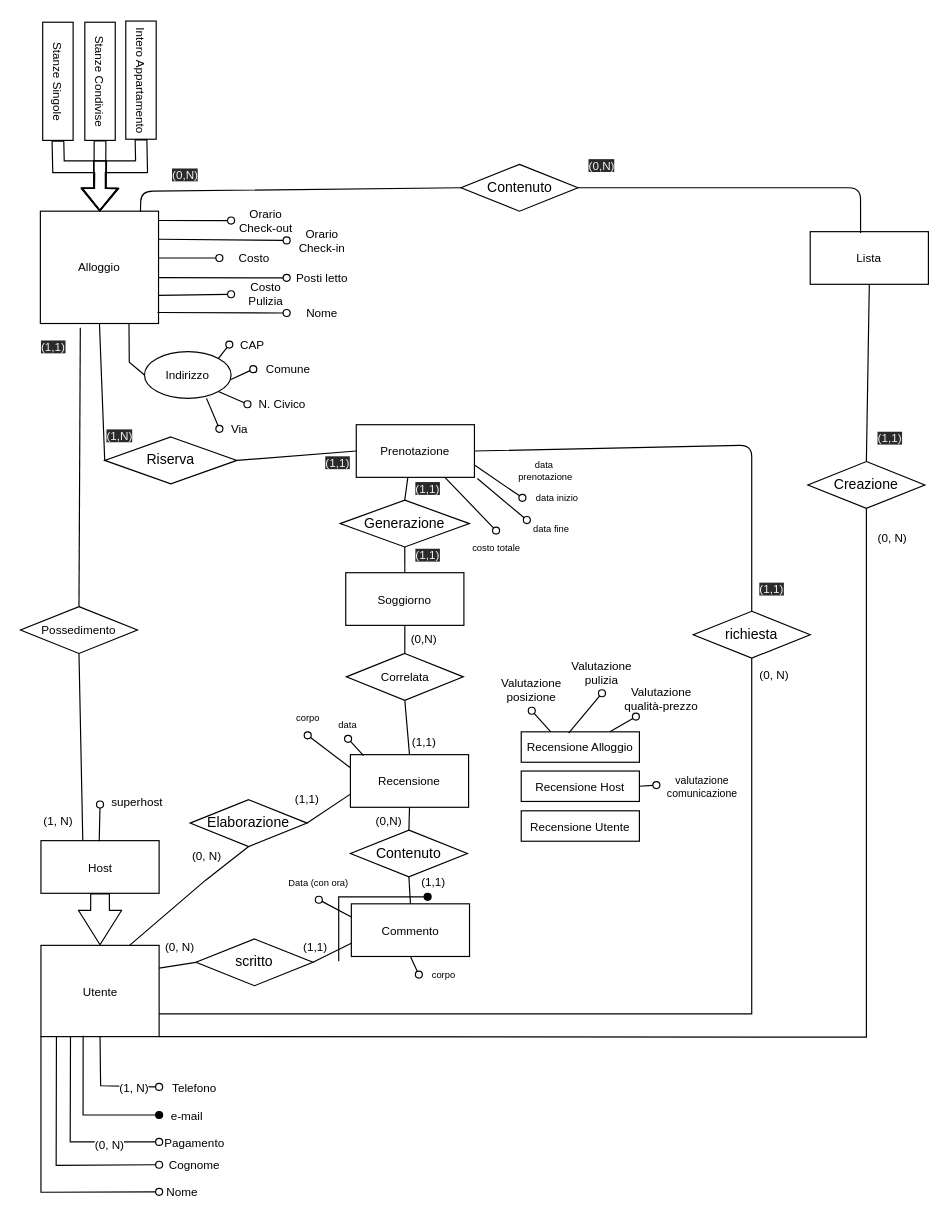
The draw.io diagram page "Page-3" (3 of 3) of ER.drawio in eduardz1/Home-Booking, before the edit. Source tidied: cells renumbered, new cells numbered last; positions are measured from the earlier drawing's top-left corner, leaving out a move shared by most shapes. Both pictures are drawn from the tidied source at 117%, with x=0, y=0 at pixel (-2, 58).
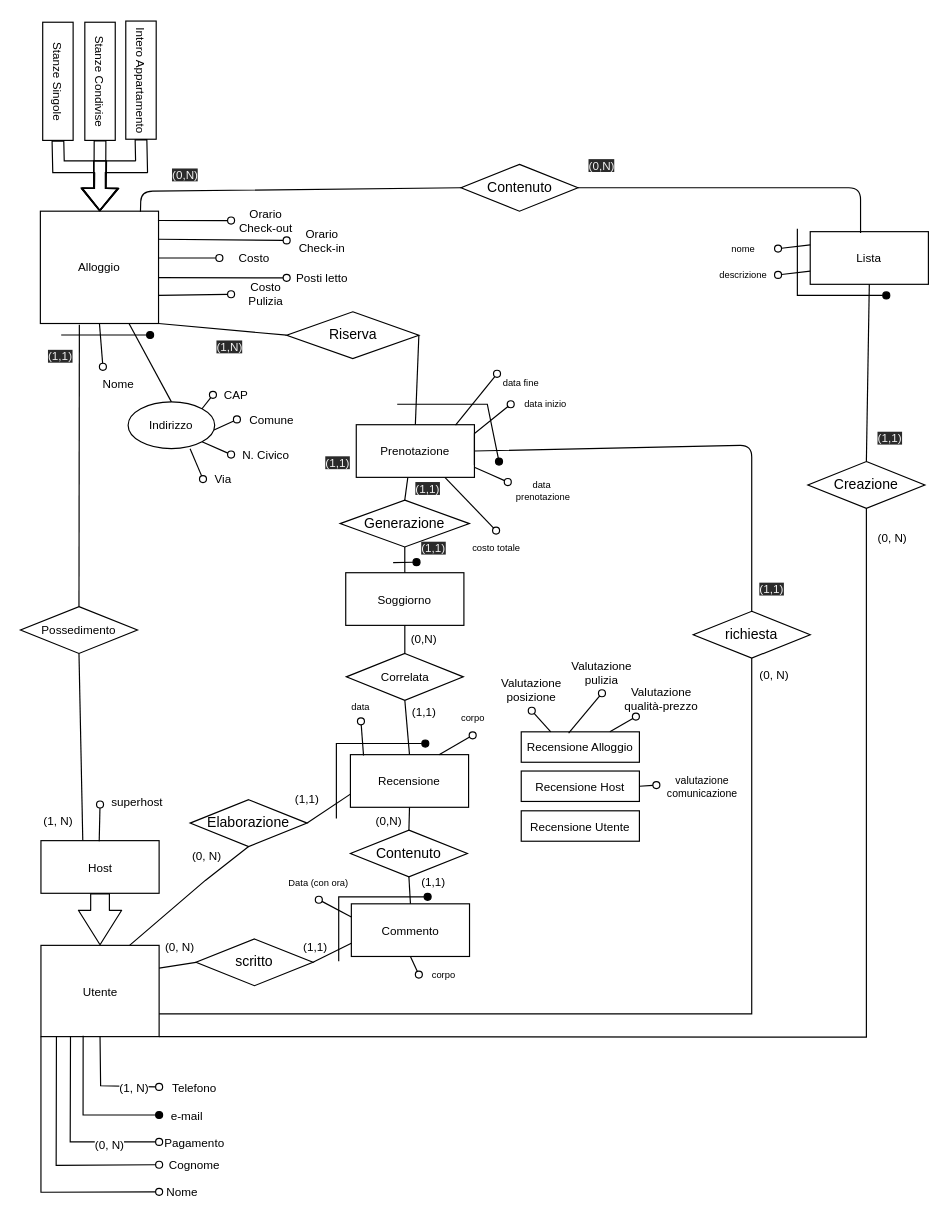
After the change.

Commit message:
Fix per la 10 volta

Unchanged cells that the change refers to:
```xml
<mxCell id="4" value="&lt;font style=&quot;font-size: 10px;&quot;&gt;Alloggio&lt;/font&gt;" style="rounded=0;whiteSpace=wrap;html=1;fontSize=10;" parent="1" vertex="1">
  <mxGeometry x="36" y="130" width="101" height="96" as="geometry" />
</mxCell>
<mxCell id="56" value="&lt;font style=&quot;font-size: 10px;&quot;&gt;Prenotazione&lt;/font&gt;" style="rounded=0;whiteSpace=wrap;html=1;fontSize=10;" parent="1" vertex="1">
  <mxGeometry x="306" y="312.5" width="101" height="45" as="geometry" />
</mxCell>
<mxCell id="67" value="&lt;font style=&quot;font-size: 10px&quot;&gt;Recensione&lt;/font&gt;" style="rounded=0;whiteSpace=wrap;html=1;fontSize=10;" parent="1" vertex="1">
  <mxGeometry x="301" y="594.5" width="101" height="45" as="geometry" />
</mxCell>
<mxCell id="93" value="Lista" style="rounded=0;whiteSpace=wrap;html=1;fontSize=10;" parent="1" vertex="1">
  <mxGeometry x="694" y="147.5" width="101" height="45" as="geometry" />
</mxCell>
<mxCell id="97" value="&lt;font style=&quot;font-size: 10px&quot;&gt;Possedimento&lt;/font&gt;" style="rhombus;whiteSpace=wrap;html=1;" parent="1" vertex="1">
  <mxGeometry x="19" y="468" width="100" height="40" as="geometry" />
</mxCell>
```

Change to the diagram source:
```diff
@@
-    <mxCell id="2" style="edgeStyle=none;html=1;exitX=0.75;exitY=1;exitDx=0;exitDy=0;entryX=0;entryY=0.5;entryDx=0;entryDy=0;fontSize=10;startArrow=none;startFill=0;endArrow=none;endFill=0;fillColor=none;rounded=0;" parent="1" edge="1" source="4" target="6">
-      <mxGeometry relative="1" as="geometry">
-        <Array as="points">
-          <mxPoint x="112" y="259" />
-        </Array>
-      </mxGeometry>
-    </mxCell>
-    <mxCell id="3" style="edgeStyle=none;rounded=0;html=1;endArrow=none;endFill=0;exitX=0.5;exitY=1;exitDx=0;exitDy=0;entryX=0;entryY=0.5;entryDx=0;entryDy=0;" parent="1" edge="1" source="4" target="107">
+    <mxCell id="3" style="edgeStyle=none;rounded=0;html=1;endArrow=none;endFill=0;exitX=1;exitY=1;exitDx=0;exitDy=0;entryX=0;entryY=0.5;entryDx=0;entryDy=0;" parent="1" edge="1" source="4" target="107">
       <mxGeometry relative="1" as="geometry" />
     </mxCell>
@@
     <mxCell id="6" value="Indirizzo" style="ellipse;whiteSpace=wrap;html=1;align=center;labelBackgroundColor=none;labelBorderColor=none;fontSize=10;rounded=0;" parent="1" vertex="1">
-      <mxGeometry x="125" y="250" width="74" height="40" as="geometry" />
+      <mxGeometry x="111" y="293" width="74" height="40" as="geometry" />
     </mxCell>
     <mxCell id="7" value="Via" style="text;html=1;strokeColor=none;fillColor=none;align=center;verticalAlign=middle;whiteSpace=wrap;rounded=0;labelBackgroundColor=none;labelBorderColor=none;fontSize=10;" parent="1" vertex="1">
-      <mxGeometry x="189" y="301" width="35" height="30" as="geometry" />
+      <mxGeometry x="175" y="344" width="35" height="30" as="geometry" />
     </mxCell>
@@
     <mxCell id="9" value="CAP" style="text;html=1;strokeColor=none;fillColor=none;align=center;verticalAlign=middle;whiteSpace=wrap;rounded=0;labelBackgroundColor=none;labelBorderColor=none;fontSize=10;" parent="1" vertex="1">
-      <mxGeometry x="197.5" y="232" width="39" height="24" as="geometry" />
+      <mxGeometry x="183.5" y="275" width="39" height="24" as="geometry" />
     </mxCell>
@@
     <mxCell id="11" value="Comune" style="text;html=1;strokeColor=none;fillColor=none;align=center;verticalAlign=middle;whiteSpace=wrap;rounded=0;labelBackgroundColor=none;labelBorderColor=none;fontSize=10;" parent="1" vertex="1">
-      <mxGeometry x="218" y="250" width="60" height="30" as="geometry" />
+      <mxGeometry x="204" y="293" width="60" height="30" as="geometry" />
     </mxCell>
@@
     <mxCell id="13" value="N. Civico" style="text;html=1;strokeColor=none;fillColor=none;align=center;verticalAlign=middle;whiteSpace=wrap;rounded=0;labelBackgroundColor=none;labelBorderColor=none;fontSize=10;" parent="1" vertex="1">
-      <mxGeometry x="213" y="280" width="60" height="30" as="geometry" />
+      <mxGeometry x="199" y="323" width="60" height="30" as="geometry" />
     </mxCell>
@@
-    <mxCell id="27" style="endArrow=none;html=1;rounded=0;align=center;verticalAlign=top;endFill=0;labelBackgroundColor=none;endSize=6;startArrow=oval;startFill=0;fontSize=10;exitX=0;exitY=0.5;exitDx=0;exitDy=0;entryX=0.992;entryY=0.902;entryDx=0;entryDy=0;entryPerimeter=0;" parent="1" edge="1" source="30" target="4">
+    <mxCell id="27" style="endArrow=none;html=1;rounded=0;align=center;verticalAlign=top;endFill=0;labelBackgroundColor=none;endSize=6;startArrow=oval;startFill=0;fontSize=10;exitX=0.25;exitY=0;exitDx=0;exitDy=0;entryX=0.5;entryY=1;entryDx=0;entryDy=0;" parent="1" edge="1" source="30" target="4">
       <mxGeometry relative="1" as="geometry" />
     </mxCell>
@@
     <mxCell id="30" value="Nome" style="text;html=1;strokeColor=none;fillColor=none;align=center;verticalAlign=middle;whiteSpace=wrap;rounded=0;labelBackgroundColor=none;labelBorderColor=none;fontSize=10;" parent="1" vertex="1">
-      <mxGeometry x="246.5" y="202" width="60" height="30" as="geometry" />
+      <mxGeometry x="76" y="263" width="53.8" height="30" as="geometry" />
     </mxCell>
@@
     <mxCell id="57" style="endArrow=none;html=1;rounded=0;align=center;verticalAlign=top;endFill=0;labelBackgroundColor=none;endSize=6;startArrow=oval;startFill=0;fontSize=10;exitX=0;exitY=0.5;exitDx=0;exitDy=0;" parent="1" edge="1" source="61">
       <mxGeometry relative="1" as="geometry">
         <mxPoint x="407" y="347" as="targetPoint" />
         <Array as="points">
-          <mxPoint x="407" y="347" />
+          <mxPoint x="407" y="320" />
         </Array>
       </mxGeometry>
     </mxCell>
@@
-    <mxCell id="59" style="endArrow=none;html=1;rounded=0;align=center;verticalAlign=top;endFill=0;labelBackgroundColor=none;endSize=6;startArrow=oval;startFill=0;fontSize=10;exitX=0.155;exitY=-0.001;exitDx=0;exitDy=0;exitPerimeter=0;" parent="1" edge="1" source="62">
-      <mxGeometry relative="1" as="geometry">
-        <mxPoint x="409.5" y="358.5" as="targetPoint" />
-      </mxGeometry>
+    <mxCell id="59" style="endArrow=none;html=1;rounded=0;align=center;verticalAlign=top;endFill=0;labelBackgroundColor=none;endSize=6;startArrow=oval;startFill=0;fontSize=10;exitX=0.155;exitY=-0.001;exitDx=0;exitDy=0;exitPerimeter=0;entryX=0.84;entryY=0.006;entryDx=0;entryDy=0;entryPerimeter=0;" parent="1" edge="1" source="62" target="56">
+      <mxGeometry relative="1" as="geometry" />
     </mxCell>
     <mxCell id="60" value="data&amp;nbsp; prenotazione" style="text;html=1;strokeColor=none;fillColor=none;align=center;verticalAlign=middle;whiteSpace=wrap;rounded=0;fontSize=8;" parent="1" vertex="1">
-      <mxGeometry x="438" y="337" width="60" height="30" as="geometry" />
+      <mxGeometry x="435.5" y="354" width="60" height="30" as="geometry" />
     </mxCell>
     <mxCell id="61" value="data inizio" style="text;html=1;strokeColor=none;fillColor=none;align=center;verticalAlign=middle;whiteSpace=wrap;rounded=0;fontSize=8;" parent="1" vertex="1">
-      <mxGeometry x="448" y="367" width="59.5" height="16" as="geometry" />
+      <mxGeometry x="438" y="287" width="59.5" height="16" as="geometry" />
     </mxCell>
     <mxCell id="62" value="data fine" style="text;html=1;strokeColor=none;fillColor=none;align=center;verticalAlign=middle;whiteSpace=wrap;rounded=0;fontSize=8;" parent="1" vertex="1">
-      <mxGeometry x="442.5" y="394" width="60" height="16" as="geometry" />
+      <mxGeometry x="417" y="269" width="60" height="16" as="geometry" />
     </mxCell>
@@
-    <mxCell id="70" style="endArrow=none;html=1;rounded=0;align=center;verticalAlign=top;endFill=0;labelBackgroundColor=none;endSize=6;startArrow=oval;startFill=0;fontSize=10;exitX=0.5;exitY=1;exitDx=0;exitDy=0;entryX=0;entryY=0.25;entryDx=0;entryDy=0;" parent="1" edge="1" source="110" target="67">
+    <mxCell id="70" style="endArrow=none;html=1;rounded=0;align=center;verticalAlign=top;endFill=0;labelBackgroundColor=none;endSize=6;startArrow=oval;startFill=0;fontSize=10;exitX=0.5;exitY=1;exitDx=0;exitDy=0;entryX=0.75;entryY=0;entryDx=0;entryDy=0;" parent="1" edge="1" source="110" target="67">
       <mxGeometry relative="1" as="geometry" />
     </mxCell>
@@
-    <mxCell id="95" style="endArrow=none;html=1;rounded=0;exitX=0.5;exitY=0;exitDx=0;exitDy=0;entryX=0.338;entryY=1.037;entryDx=0;entryDy=0;entryPerimeter=0;" parent="1" edge="1" source="97" target="4">
+    <mxCell id="95" style="endArrow=none;html=1;rounded=0;exitX=0.5;exitY=0;exitDx=0;exitDy=0;entryX=0.33;entryY=1.011;entryDx=0;entryDy=0;entryPerimeter=0;" parent="1" edge="1" source="97" target="4">
       <mxGeometry relative="1" as="geometry" />
     </mxCell>
@@
-    <mxCell id="106" style="endArrow=none;html=1;rounded=0;exitX=1;exitY=0.5;exitDx=0;exitDy=0;entryX=0;entryY=0.5;entryDx=0;entryDy=0;" parent="1" edge="1" source="107" target="56">
+    <mxCell id="106" style="endArrow=none;html=1;rounded=0;exitX=1;exitY=0.5;exitDx=0;exitDy=0;entryX=0.5;entryY=0;entryDx=0;entryDy=0;" parent="1" edge="1" source="107" target="56">
       <mxGeometry relative="1" as="geometry" />
     </mxCell>
     <mxCell id="107" value="Riserva" style="rhombus;whiteSpace=wrap;html=1;" parent="1" vertex="1">
-      <mxGeometry x="91" y="323" width="113" height="40" as="geometry" />
+      <mxGeometry x="246.5" y="216" width="113" height="40" as="geometry" />
     </mxCell>
@@
     <mxCell id="110" value="corpo" style="text;html=1;strokeColor=none;fillColor=none;align=center;verticalAlign=middle;whiteSpace=wrap;rounded=0;fontSize=8;" parent="1" vertex="1">
-      <mxGeometry x="234.5" y="548" width="60" height="30" as="geometry" />
+      <mxGeometry x="375.5" y="548" width="60" height="30" as="geometry" />
     </mxCell>
     <mxCell id="111" value="data" style="text;html=1;strokeColor=none;fillColor=none;align=center;verticalAlign=middle;whiteSpace=wrap;rounded=0;fontSize=8;" parent="1" vertex="1">
-      <mxGeometry x="269" y="556" width="60" height="25" as="geometry" />
+      <mxGeometry x="280" y="541" width="60" height="25" as="geometry" />
     </mxCell>
@@
     <mxCell id="117" value="(1,1)" style="html=1;align=left;verticalAlign=bottom;labelBackgroundColor=none;labelBorderColor=none;fontSize=10;rounded=0;" parent="1" vertex="1">
-      <mxGeometry x="351.5" y="592" as="geometry" />
+      <mxGeometry x="352.2" y="566" as="geometry" />
     </mxCell>
@@
     <mxCell id="119" value="&lt;span style=&quot;color: rgb(240, 240, 240); font-family: helvetica; font-size: 10px; font-style: normal; font-weight: 400; letter-spacing: normal; text-align: left; text-indent: 0px; text-transform: none; word-spacing: 0px; background-color: rgb(42, 42, 42); display: inline; float: none;&quot;&gt;(1,1)&lt;/span&gt;" style="text;whiteSpace=wrap;html=1;" parent="1" vertex="1">
-      <mxGeometry x="354.5" y="410" width="41" height="29" as="geometry" />
+      <mxGeometry x="359.5" y="404" width="41" height="29" as="geometry" />
     </mxCell>
     <mxCell id="120" value="&lt;span style=&quot;color: rgb(240 , 240 , 240) ; font-family: &amp;#34;helvetica&amp;#34; ; font-size: 10px ; font-style: normal ; font-weight: 400 ; letter-spacing: normal ; text-align: left ; text-indent: 0px ; text-transform: none ; word-spacing: 0px ; background-color: rgb(42 , 42 , 42) ; display: inline ; float: none&quot;&gt;(1,N)&lt;/span&gt;" style="text;whiteSpace=wrap;html=1;" parent="1" vertex="1">
-      <mxGeometry x="91" y="308" width="41" height="29" as="geometry" />
+      <mxGeometry x="184.5" y="232" width="41" height="29" as="geometry" />
     </mxCell>
@@
     <mxCell id="122" value="&lt;span style=&quot;color: rgb(240, 240, 240); font-family: helvetica; font-size: 10px; font-style: normal; font-weight: 400; letter-spacing: normal; text-align: left; text-indent: 0px; text-transform: none; word-spacing: 0px; background-color: rgb(42, 42, 42); display: inline; float: none;&quot;&gt;(1,1)&lt;/span&gt;" style="text;whiteSpace=wrap;html=1;" parent="1" vertex="1">
-      <mxGeometry x="35" y="232" width="41" height="29" as="geometry" />
+      <mxGeometry x="41" y="240" width="41" height="29" as="geometry" />
     </mxCell>
@@
+    <mxCell id="137" style="endArrow=none;html=1;entryX=0.75;entryY=1;entryDx=0;entryDy=0;exitX=0.5;exitY=0;exitDx=0;exitDy=0;" parent="1" edge="1" source="6" target="4">
+      <mxGeometry relative="1" as="geometry" />
+    </mxCell>
+    <mxCell id="138" style="endArrow=none;html=1;rounded=0;align=center;verticalAlign=top;endFill=0;labelBackgroundColor=none;endSize=6;startArrow=oval;startFill=1;fontSize=10;fillColor=none;" parent="1" edge="1">
+      <mxGeometry relative="1" as="geometry">
+        <mxPoint x="129.8" y="235.8" as="sourcePoint" />
+        <mxPoint x="54" y="236.2" as="targetPoint" />
+        <Array as="points">
+          <mxPoint x="53.8" y="235.8" />
+        </Array>
+      </mxGeometry>
+    </mxCell>
+    <mxCell id="139" style="endArrow=none;html=1;rounded=0;align=center;verticalAlign=top;endFill=0;labelBackgroundColor=none;endSize=6;startArrow=oval;startFill=1;fontSize=10;fillColor=none;" parent="1" edge="1">
+      <mxGeometry relative="1" as="geometry">
+        <mxPoint x="357.5" y="430" as="sourcePoint" />
+        <mxPoint x="337.5" y="430.4" as="targetPoint" />
+      </mxGeometry>
+    </mxCell>
+    <mxCell id="140" style="endArrow=none;html=1;rounded=0;align=center;verticalAlign=top;endFill=0;labelBackgroundColor=none;endSize=6;startArrow=oval;startFill=0;fontSize=10;exitX=0;exitY=0.25;exitDx=0;exitDy=0;entryX=1.004;entryY=0.811;entryDx=0;entryDy=0;entryPerimeter=0;" parent="1" edge="1" source="60" target="56">
+      <mxGeometry relative="1" as="geometry">
+        <Array as="points">
+          <mxPoint x="421" y="355" />
+        </Array>
+      </mxGeometry>
+    </mxCell>
+    <mxCell id="141" style="endArrow=none;html=1;rounded=0;align=center;verticalAlign=top;endFill=0;labelBackgroundColor=none;endSize=6;startArrow=oval;startFill=1;fontSize=10;fillColor=none;" parent="1" edge="1">
+      <mxGeometry relative="1" as="geometry">
+        <mxPoint x="428" y="344" as="sourcePoint" />
+        <mxPoint x="341" y="295" as="targetPoint" />
+        <Array as="points">
+          <mxPoint x="418" y="295" />
+        </Array>
+      </mxGeometry>
+    </mxCell>
+    <mxCell id="142" style="endArrow=none;html=1;rounded=0;align=center;verticalAlign=top;endFill=0;labelBackgroundColor=none;endSize=6;startArrow=oval;startFill=0;fontSize=10;exitX=1;exitY=0.5;exitDx=0;exitDy=0;entryX=0;entryY=0.75;entryDx=0;entryDy=0;" parent="1" edge="1" source="144" target="93">
+      <mxGeometry relative="1" as="geometry" />
+    </mxCell>
+    <mxCell id="143" style="endArrow=none;html=1;rounded=0;align=center;verticalAlign=top;endFill=0;labelBackgroundColor=none;endSize=6;startArrow=oval;startFill=0;fontSize=10;entryX=0;entryY=0.25;entryDx=0;entryDy=0;exitX=1;exitY=0.5;exitDx=0;exitDy=0;" parent="1" edge="1" source="145" target="93">
+      <mxGeometry relative="1" as="geometry" />
+    </mxCell>
+    <mxCell id="144" value="descrizione" style="text;html=1;strokeColor=none;fillColor=none;align=center;verticalAlign=middle;whiteSpace=wrap;rounded=0;fontSize=8;" parent="1" vertex="1">
+      <mxGeometry x="607" y="176.5" width="59.5" height="16" as="geometry" />
+    </mxCell>
+    <mxCell id="145" value="nome" style="text;html=1;strokeColor=none;fillColor=none;align=center;verticalAlign=middle;whiteSpace=wrap;rounded=0;fontSize=8;" parent="1" vertex="1">
+      <mxGeometry x="606.5" y="154" width="60" height="16" as="geometry" />
+    </mxCell>
+    <mxCell id="146" style="endArrow=none;html=1;rounded=0;align=center;verticalAlign=top;endFill=0;labelBackgroundColor=none;endSize=6;startArrow=oval;startFill=1;fontSize=10;fillColor=none;" parent="1" edge="1">
+      <mxGeometry relative="1" as="geometry">
+        <mxPoint x="759" y="202" as="sourcePoint" />
+        <mxPoint x="683" y="145" as="targetPoint" />
+        <Array as="points">
+          <mxPoint x="683" y="202" />
+        </Array>
+      </mxGeometry>
+    </mxCell>
+    <mxCell id="147" style="endArrow=none;html=1;rounded=0;align=center;verticalAlign=top;endFill=0;labelBackgroundColor=none;endSize=6;startArrow=oval;startFill=1;fontSize=10;fillColor=none;" parent="1" edge="1">
+      <mxGeometry relative="1" as="geometry">
+        <mxPoint x="365" y="585" as="sourcePoint" />
+        <mxPoint x="289" y="649" as="targetPoint" />
+        <Array as="points">
+          <mxPoint x="289" y="585" />
+        </Array>
+      </mxGeometry>
+    </mxCell>
```
